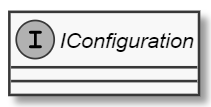
insightmind/MORR keeps this PlantUML diagram as documents/sd/resources/Classes/Common/Shared/Configuration/IConfiguration.png. Above is the earlier version. Its source is kept beside it as documents/sd/plantuml/application/Common/Shared/Configuration/IConfiguration.puml. Source of this version:
```plantuml
@startuml
skinparam monochrome true
skinparam classAttributeIconSize 0
!startsub default
interface IConfiguration {
}

!endsub
@enduml
```
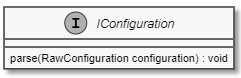
The same file after the commit.

The edit, as a diff of the source:
```diff
@@ -3,6 +3,7 @@
 skinparam classAttributeIconSize 0
 !startsub default
 interface IConfiguration {
+    parse(RawConfiguration configuration) : void
 }
 
 !endsub
```
